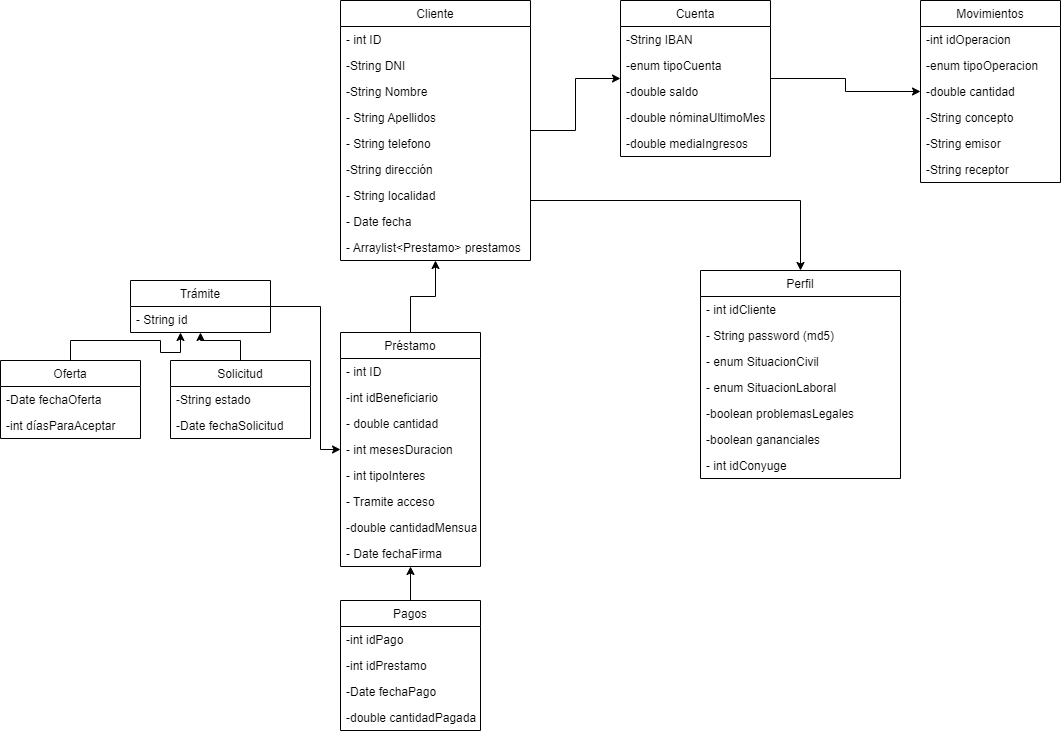
Earlier version of the draw.io export Diagrama general.png (Kangelx/Equipo3). Source tidied: cells renumbered, new cells last; positions are measured from the earlier drawing's top-left corner, leaving out a move shared by most shapes.
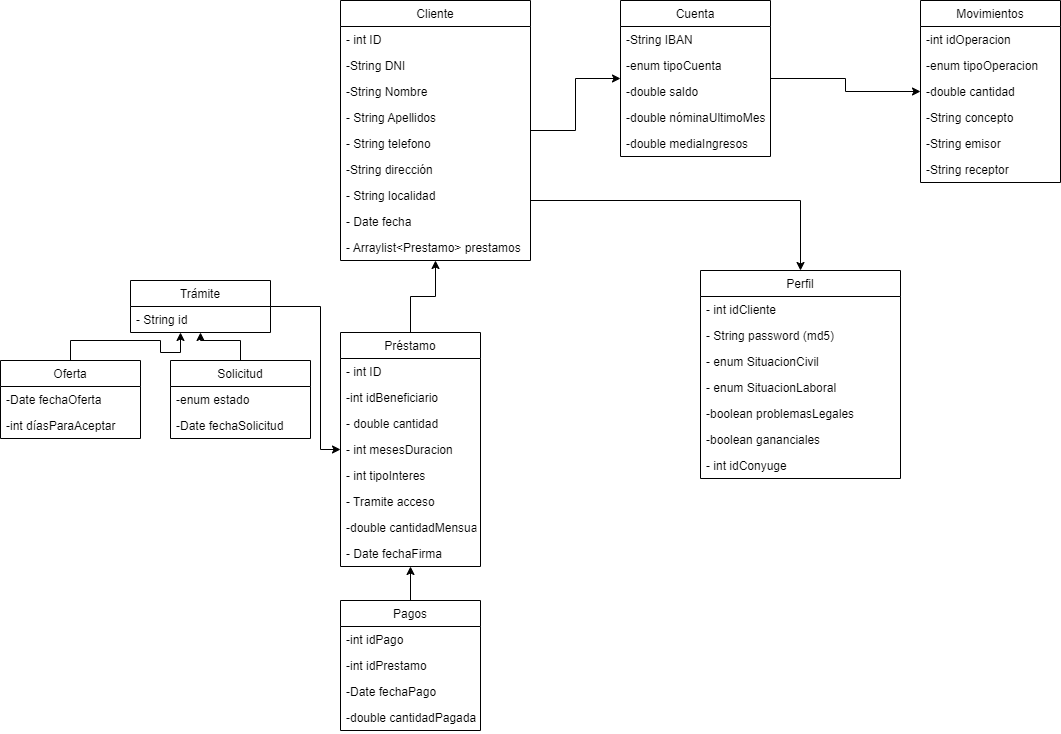
Above is the later version.

Commit message:
diagrama modificado

What changed in the source:
```diff
@@ -181,7 +181,7 @@
     <mxCell id="57" value="Solicitud" style="swimlane;fontStyle=0;horizontal=1;startSize=26;fillColor=none;" parent="1" vertex="1">
       <mxGeometry x="170" y="360" width="140" height="78" as="geometry" />
     </mxCell>
-    <mxCell id="58" value="-String estado" style="text;strokeColor=none;fillColor=none;align=left;verticalAlign=top;spacingLeft=4;spacingRight=4;overflow=hidden;" parent="57" vertex="1">
+    <mxCell id="58" value="-enum estado" style="text;strokeColor=none;fillColor=none;align=left;verticalAlign=top;spacingLeft=4;spacingRight=4;overflow=hidden;" parent="57" vertex="1">
       <mxGeometry y="26" width="140" height="26" as="geometry" />
     </mxCell>
     <mxCell id="59" value="-Date fechaSolicitud" style="text;strokeColor=none;fillColor=none;align=left;verticalAlign=top;spacingLeft=4;spacingRight=4;overflow=hidden;" parent="57" vertex="1">
```
